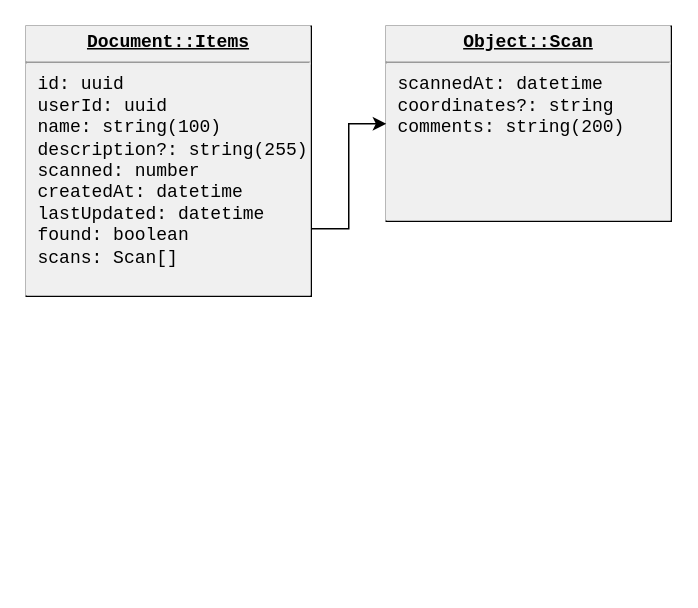
Above: docs/mat-do-datamodel.drawio in vanister/mat-do (draw.io), before the change. Source tidied: cells renumbered, new cells numbered last; positions are measured from the earlier drawing's top-left corner, leaving out a move shared by most shapes. Both pictures are drawn from the tidied source at 150%, with x=0, y=0 at pixel (26, 26).
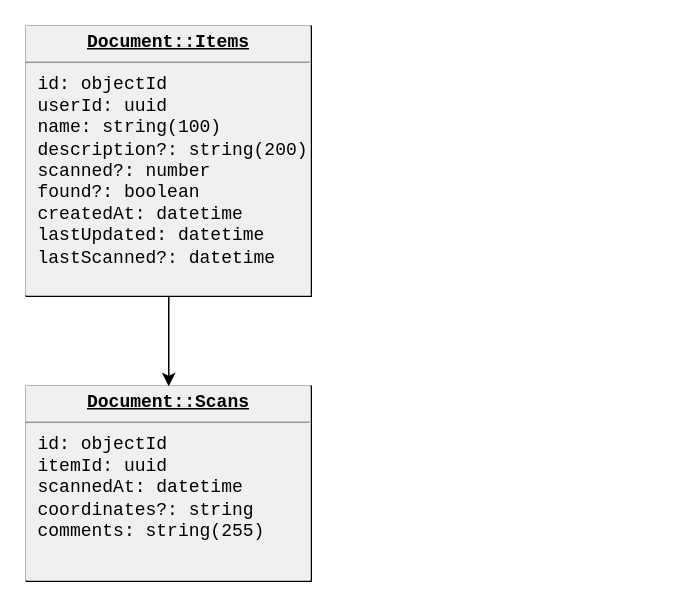
The same diagram, later.

Commit message (it also covers changes not shown here):
Updated data model

Diff of the diagram source:
```diff
@@
 <mxGraphModel>
   <root>
     <mxCell id="0" />
     <mxCell id="1" parent="0" />
-    <mxCell id="2" value="&lt;p style=&quot;margin: 0px ; margin-top: 4px ; text-align: center ; text-decoration: underline&quot;&gt;&lt;b&gt;Object::Scan&lt;/b&gt;&lt;/p&gt;&lt;hr&gt;&lt;p style=&quot;margin: 0px ; margin-left: 8px&quot;&gt;scannedAt: datetime&lt;br&gt;coordinates?: string&lt;/p&gt;&lt;p style=&quot;margin: 0px ; margin-left: 8px&quot;&gt;comments: string(200)&lt;/p&gt;" style="verticalAlign=top;align=left;overflow=fill;fontSize=12;fontFamily=Courier New;html=1;fontColor=#000000;fillColor=default;labelBackgroundColor=#F0F0F0;" parent="1" vertex="1">
-      <mxGeometry x="240" width="190" height="130" as="geometry" />
+    <mxCell id="2" value="&lt;p style=&quot;margin: 0px ; margin-top: 4px ; text-align: center ; text-decoration: underline&quot;&gt;&lt;b&gt;Document::Scans&lt;/b&gt;&lt;/p&gt;&lt;hr&gt;&lt;p style=&quot;margin: 0px ; margin-left: 8px&quot;&gt;id: objectId&lt;/p&gt;&lt;p style=&quot;margin: 0px ; margin-left: 8px&quot;&gt;itemId: uuid&lt;/p&gt;&lt;p style=&quot;margin: 0px ; margin-left: 8px&quot;&gt;scannedAt: datetime&lt;br&gt;coordinates?: string&lt;/p&gt;&lt;p style=&quot;margin: 0px ; margin-left: 8px&quot;&gt;comments: string(255)&lt;/p&gt;" style="verticalAlign=top;align=left;overflow=fill;fontSize=12;fontFamily=Courier New;html=1;fontColor=#000000;fillColor=default;labelBackgroundColor=#F0F0F0;" parent="1" vertex="1">
+      <mxGeometry y="240" width="190" height="130" as="geometry" />
     </mxCell>
-    <mxCell id="3" style="edgeStyle=orthogonalEdgeStyle;rounded=0;jettySize=auto;html=1;exitX=1;exitY=0.75;exitDx=0;exitDy=0;fontFamily=Courier New;fontSize=12;fontColor=#000000;" parent="1" edge="1" source="4" target="2">
+    <mxCell id="3" style="edgeStyle=none;html=1;entryX=0.5;entryY=0;entryDx=0;entryDy=0;" parent="1" edge="1" source="4" target="2">
       <mxGeometry relative="1" as="geometry" />
     </mxCell>
-    <mxCell id="4" value="&lt;p style=&quot;margin: 0px ; margin-top: 4px ; text-align: center ; text-decoration: underline&quot;&gt;&lt;b&gt;Document::Items&lt;/b&gt;&lt;/p&gt;&lt;hr&gt;&lt;p style=&quot;margin: 0px ; margin-left: 8px&quot;&gt;id: uuid&lt;br&gt;&lt;/p&gt;&lt;p style=&quot;margin: 0px ; margin-left: 8px&quot;&gt;userId: uuid&lt;/p&gt;&lt;p style=&quot;margin: 0px ; margin-left: 8px&quot;&gt;name: string(100)&lt;/p&gt;&lt;p style=&quot;margin: 0px ; margin-left: 8px&quot;&gt;description?: string(255)&lt;/p&gt;&lt;p style=&quot;margin: 0px ; margin-left: 8px&quot;&gt;scanned: number&lt;/p&gt;&lt;p style=&quot;margin: 0px ; margin-left: 8px&quot;&gt;createdAt: datetime&lt;/p&gt;&lt;p style=&quot;margin: 0px ; margin-left: 8px&quot;&gt;lastUpdated: datetime&lt;/p&gt;&lt;p style=&quot;margin: 0px ; margin-left: 8px&quot;&gt;found: boolean&lt;/p&gt;&lt;p style=&quot;margin: 0px ; margin-left: 8px&quot;&gt;scans: Scan[]&lt;/p&gt;" style="verticalAlign=top;align=left;overflow=fill;fontSize=12;fontFamily=Courier New;html=1;labelBackgroundColor=#F0F0F0;fontColor=#000000;fillColor=default;" parent="1" vertex="1">
+    <mxCell id="4" value="&lt;p style=&quot;margin: 0px ; margin-top: 4px ; text-align: center ; text-decoration: underline&quot;&gt;&lt;b&gt;Document::Items&lt;/b&gt;&lt;/p&gt;&lt;hr&gt;&lt;p style=&quot;margin: 0px ; margin-left: 8px&quot;&gt;id: objectId&lt;br&gt;&lt;/p&gt;&lt;p style=&quot;margin: 0px ; margin-left: 8px&quot;&gt;userId: uuid&lt;/p&gt;&lt;p style=&quot;margin: 0px ; margin-left: 8px&quot;&gt;name: string(100)&lt;/p&gt;&lt;p style=&quot;margin: 0px ; margin-left: 8px&quot;&gt;description?: string(200)&lt;/p&gt;&lt;p style=&quot;margin: 0px ; margin-left: 8px&quot;&gt;scanned?: number&lt;/p&gt;&lt;p style=&quot;margin: 0px ; margin-left: 8px&quot;&gt;found?: boolean&lt;/p&gt;&lt;p style=&quot;margin: 0px ; margin-left: 8px&quot;&gt;createdAt: datetime&lt;/p&gt;&lt;p style=&quot;margin: 0px ; margin-left: 8px&quot;&gt;lastUpdated: datetime&lt;/p&gt;&lt;p style=&quot;margin: 0px ; margin-left: 8px&quot;&gt;lastScanned?: datetime&lt;/p&gt;" style="verticalAlign=top;align=left;overflow=fill;fontSize=12;fontFamily=Courier New;html=1;labelBackgroundColor=#F0F0F0;fontColor=#000000;fillColor=default;" parent="1" vertex="1">
       <mxGeometry width="190" height="180" as="geometry" />
     </mxCell>
   </root>
 </mxGraphModel>
```
